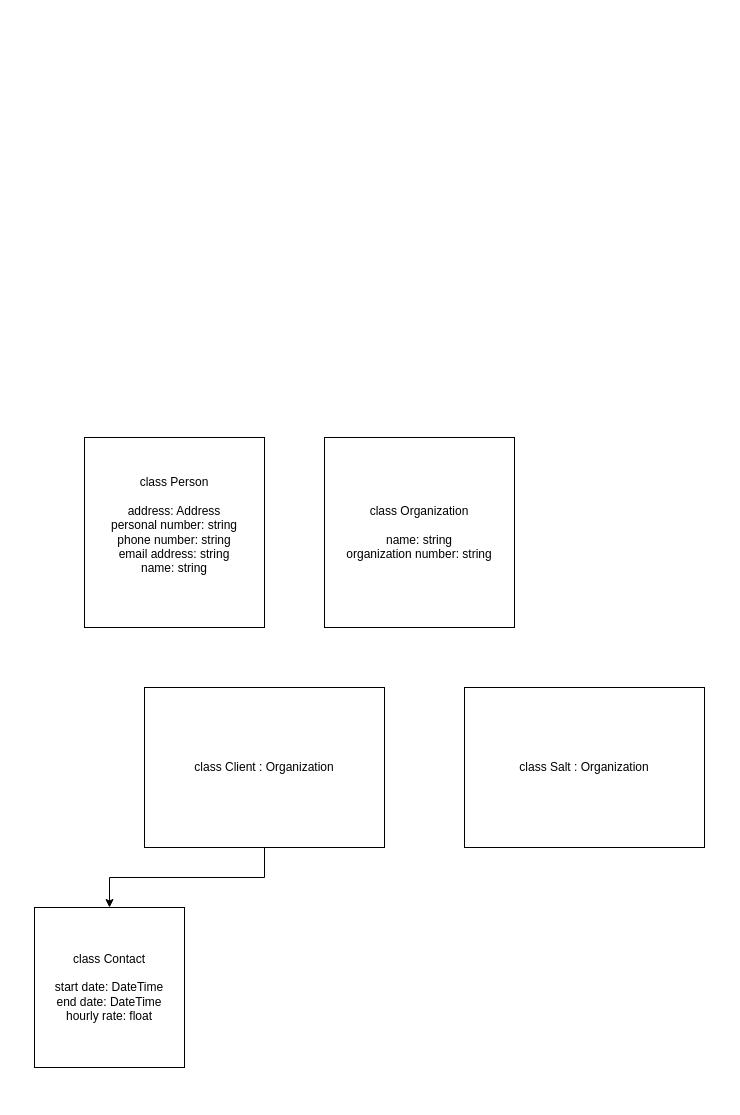
rorychatt/UML-salt keeps this draw.io diagram as UML-Salt.drawio. Above is the earlier version. Source tidied: cells renumbered, new cells numbered last; positions are measured from the earlier drawing's top-left corner, leaving out a move shared by most shapes. Both pictures are drawn from the tidied source at 100%, with x=0, y=0 at pixel (34, 437).
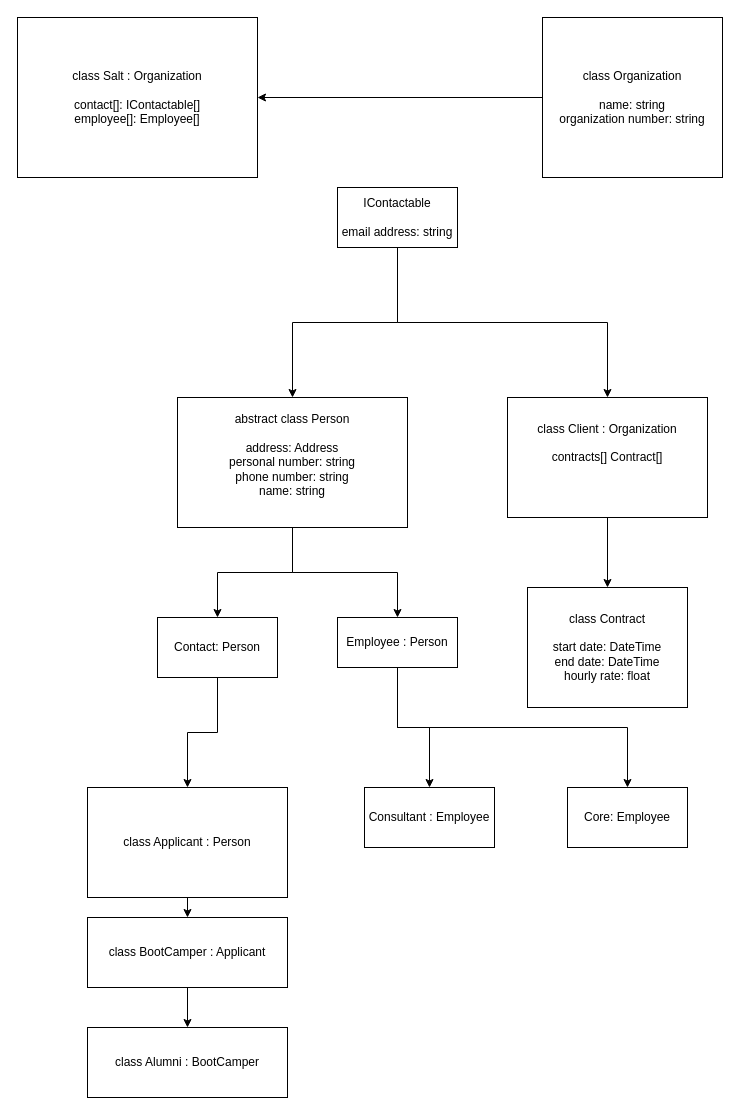
After the change.

What changed in the source:
```diff
@@
+    <mxCell id="8" style="edgeStyle=orthogonalEdgeStyle;rounded=0;jettySize=auto;html=1;exitX=0.5;exitY=1;exitDx=0;exitDy=0;entryX=0.5;entryY=0;entryDx=0;entryDy=0;" parent="1" edge="1" source="2" target="23">
+      <mxGeometry relative="1" as="geometry" />
+    </mxCell>
+    <mxCell id="9" style="edgeStyle=orthogonalEdgeStyle;rounded=0;jettySize=auto;html=1;exitX=0.5;exitY=1;exitDx=0;exitDy=0;entryX=0.5;entryY=0;entryDx=0;entryDy=0;" parent="1" edge="1" source="2" target="21">
+      <mxGeometry relative="1" as="geometry" />
+    </mxCell>
-    <mxCell id="2" value="class Person&lt;div&gt;&lt;br&gt;address: Address&lt;br&gt;personal number: string&lt;div&gt;phone number: string&lt;/div&gt;&lt;div&gt;email address: string&lt;/div&gt;&lt;div&gt;name: string&lt;br&gt;&lt;div&gt;&lt;br&gt;&lt;/div&gt;&lt;/div&gt;&lt;/div&gt;" style="rounded=0;whiteSpace=wrap;html=1;" parent="1" vertex="1">
-      <mxGeometry x="50" width="180" height="190" as="geometry" />
+    <mxCell id="2" value="abstract class Person&lt;div&gt;&lt;br&gt;address: Address&lt;br&gt;personal number: string&lt;div&gt;phone number: string&lt;/div&gt;&lt;div&gt;name: string&lt;br&gt;&lt;div&gt;&lt;br&gt;&lt;/div&gt;&lt;/div&gt;&lt;/div&gt;" style="rounded=0;whiteSpace=wrap;html=1;" parent="1" vertex="1">
+      <mxGeometry x="143" y="-40" width="230" height="130" as="geometry" />
     </mxCell>
+    <mxCell id="10" style="edgeStyle=orthogonalEdgeStyle;rounded=0;jettySize=auto;html=1;exitX=0;exitY=0.5;exitDx=0;exitDy=0;entryX=1;entryY=0.5;entryDx=0;entryDy=0;" parent="1" edge="1" source="3" target="6">
+      <mxGeometry relative="1" as="geometry" />
+    </mxCell>
     <mxCell id="3" value="class Organization&lt;div&gt;&lt;br&gt;&lt;/div&gt;&lt;div&gt;name: string&lt;/div&gt;&lt;div&gt;organization number: string&lt;/div&gt;" style="rounded=0;whiteSpace=wrap;html=1;" parent="1" vertex="1">
-      <mxGeometry x="290" width="190" height="190" as="geometry" />
+      <mxGeometry x="508" y="-420" width="180" height="160" as="geometry" />
     </mxCell>
@@
-    <mxCell id="5" value="class Client : Organization" style="rounded=0;whiteSpace=wrap;html=1;" parent="1" vertex="1">
-      <mxGeometry x="110" y="250" width="240" height="160" as="geometry" />
+    <mxCell id="5" value="class Client : Organization&lt;br&gt;&lt;br&gt;contracts[] Contract[]&lt;div&gt;&lt;br&gt;&lt;/div&gt;&lt;div&gt;&lt;br&gt;&lt;/div&gt;" style="rounded=0;whiteSpace=wrap;html=1;" parent="1" vertex="1">
+      <mxGeometry x="473" y="-40" width="200" height="120" as="geometry" />
     </mxCell>
-    <mxCell id="6" value="class Salt : Organization" style="rounded=0;whiteSpace=wrap;html=1;" parent="1" vertex="1">
-      <mxGeometry x="430" y="250" width="240" height="160" as="geometry" />
+    <mxCell id="6" value="class Salt : Organization&lt;br&gt;&lt;br&gt;contact[]: IContactable[]&lt;br&gt;employee[]: Employee[]" style="rounded=0;whiteSpace=wrap;html=1;" parent="1" vertex="1">
+      <mxGeometry x="-17" y="-420" width="240" height="160" as="geometry" />
     </mxCell>
-    <mxCell id="7" value="class Contact&lt;div&gt;&lt;br&gt;&lt;/div&gt;&lt;div&gt;start date: DateTime&lt;/div&gt;&lt;div&gt;end date: DateTime&lt;/div&gt;&lt;div&gt;hourly rate: float&lt;/div&gt;" style="rounded=0;whiteSpace=wrap;html=1;" parent="1" vertex="1">
-      <mxGeometry y="470" width="150" height="160" as="geometry" />
+    <mxCell id="7" value="class Contract&lt;div&gt;&lt;br&gt;&lt;/div&gt;&lt;div&gt;start date: DateTime&lt;/div&gt;&lt;div&gt;end date: DateTime&lt;/div&gt;&lt;div&gt;hourly rate: float&lt;/div&gt;" style="rounded=0;whiteSpace=wrap;html=1;" parent="1" vertex="1">
+      <mxGeometry x="493" y="150" width="160" height="120" as="geometry" />
     </mxCell>
+    <mxCell id="11" style="edgeStyle=orthogonalEdgeStyle;rounded=0;jettySize=auto;html=1;exitX=0.5;exitY=1;exitDx=0;exitDy=0;entryX=0.5;entryY=0;entryDx=0;entryDy=0;" parent="1" edge="1" source="12" target="14">
+      <mxGeometry relative="1" as="geometry" />
+    </mxCell>
+    <mxCell id="12" value="class Applicant : Person" style="rounded=0;whiteSpace=wrap;html=1;" parent="1" vertex="1">
+      <mxGeometry x="53" y="350" width="200" height="110" as="geometry" />
+    </mxCell>
+    <mxCell id="13" style="edgeStyle=orthogonalEdgeStyle;rounded=0;jettySize=auto;html=1;exitX=0.5;exitY=1;exitDx=0;exitDy=0;entryX=0.5;entryY=0;entryDx=0;entryDy=0;" parent="1" edge="1" source="14" target="15">
+      <mxGeometry relative="1" as="geometry" />
+    </mxCell>
+    <mxCell id="14" value="class BootCamper : Applicant" style="rounded=0;whiteSpace=wrap;html=1;" parent="1" vertex="1">
+      <mxGeometry x="53" y="480" width="200" height="70" as="geometry" />
+    </mxCell>
+    <mxCell id="15" value="class Alumni : BootCamper" style="rounded=0;whiteSpace=wrap;html=1;" parent="1" vertex="1">
+      <mxGeometry x="53" y="590" width="200" height="70" as="geometry" />
+    </mxCell>
+    <mxCell id="16" style="edgeStyle=orthogonalEdgeStyle;rounded=0;jettySize=auto;html=1;exitX=0.5;exitY=1;exitDx=0;exitDy=0;entryX=0.5;entryY=0;entryDx=0;entryDy=0;" parent="1" edge="1" source="18" target="2">
+      <mxGeometry relative="1" as="geometry" />
+    </mxCell>
+    <mxCell id="17" style="edgeStyle=orthogonalEdgeStyle;rounded=0;jettySize=auto;html=1;exitX=0.5;exitY=1;exitDx=0;exitDy=0;entryX=0.5;entryY=0;entryDx=0;entryDy=0;" parent="1" edge="1" source="18" target="5">
+      <mxGeometry relative="1" as="geometry" />
+    </mxCell>
+    <mxCell id="18" value="IContactable&lt;div&gt;&lt;br&gt;&lt;/div&gt;&lt;div&gt;email address: string&lt;/div&gt;" style="rounded=0;whiteSpace=wrap;html=1;" parent="1" vertex="1">
+      <mxGeometry x="303" y="-250" width="120" height="60" as="geometry" />
+    </mxCell>
+    <mxCell id="19" style="edgeStyle=orthogonalEdgeStyle;rounded=0;jettySize=auto;html=1;exitX=0.5;exitY=1;exitDx=0;exitDy=0;entryX=0.5;entryY=0;entryDx=0;entryDy=0;" parent="1" edge="1" source="21" target="24">
+      <mxGeometry relative="1" as="geometry" />
+    </mxCell>
+    <mxCell id="20" style="edgeStyle=orthogonalEdgeStyle;rounded=0;jettySize=auto;html=1;exitX=0.5;exitY=1;exitDx=0;exitDy=0;entryX=0.5;entryY=0;entryDx=0;entryDy=0;" parent="1" edge="1" source="21" target="25">
+      <mxGeometry relative="1" as="geometry" />
+    </mxCell>
+    <mxCell id="21" value="Employee : Person" style="rounded=0;whiteSpace=wrap;html=1;" parent="1" vertex="1">
+      <mxGeometry x="303" y="180" width="120" height="50" as="geometry" />
+    </mxCell>
+    <mxCell id="22" style="edgeStyle=orthogonalEdgeStyle;rounded=0;jettySize=auto;html=1;exitX=0.5;exitY=1;exitDx=0;exitDy=0;entryX=0.5;entryY=0;entryDx=0;entryDy=0;" parent="1" edge="1" source="23" target="12">
+      <mxGeometry relative="1" as="geometry" />
+    </mxCell>
+    <mxCell id="23" value="Contact: Person" style="rounded=0;whiteSpace=wrap;html=1;" parent="1" vertex="1">
+      <mxGeometry x="123" y="180" width="120" height="60" as="geometry" />
+    </mxCell>
+    <mxCell id="24" value="Consultant : Employee" style="rounded=0;whiteSpace=wrap;html=1;" parent="1" vertex="1">
+      <mxGeometry x="330" y="350" width="130" height="60" as="geometry" />
+    </mxCell>
+    <mxCell id="25" value="Core: Employee" style="rounded=0;whiteSpace=wrap;html=1;" parent="1" vertex="1">
+      <mxGeometry x="533" y="350" width="120" height="60" as="geometry" />
+    </mxCell>
```
